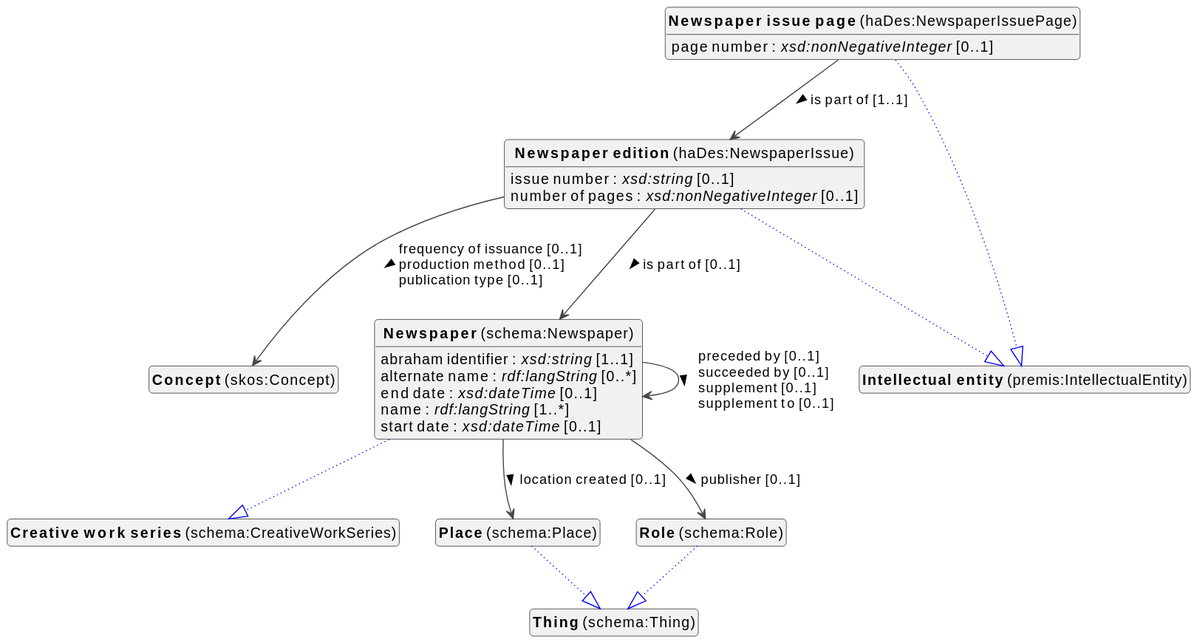
This is docs/metadata/knowledge-graph/1.0.0/bibliographic/en/bibliographic-diagram.svg from viaacode/documentation, a PlantUML export, as it was before one commit. Its diagram source:
```plantuml
@startuml
!theme vibrant
skinparam classFontSize 14
!define LIGHTORANGE
skinparam componentStyle uml2
skinparam wrapMessageWidth 1000
skinparam wrapWidth 1000
skinparam shadowing false
skinparam ArrowMessageAlignment left
top to bottom direction


class "<b>Concept</b> (skos:Concept)" as skos_Concept [[../../terms/en#skos%3AConcept]]
class "<b>Newspaper</b> (schema:Newspaper)" as schema_Newspaper [[#schema%3ANewspaper]]
class "<b>Creative work series</b> (schema:CreativeWorkSeries)" as schema_CreativeWorkSeries [[#schema%3ACreativeWorkSeries]]
class "<b>Newspaper edition</b> (haDes:NewspaperIssue)" as haDes_NewspaperIssue [[#haDes%3ANewspaperIssue]]
class "<b>Intellectual entity</b> (premis:IntellectualEntity)" as premis_IntellectualEntity [[#premis%3AIntellectualEntity]]
class "<b>Newspaper issue page</b> (haDes:NewspaperIssuePage)" as haDes_NewspaperIssuePage [[#haDes%3ANewspaperIssuePage]]
class "<b>Intellectual entity</b> (premis:IntellectualEntity)" as premis_IntellectualEntity [[#premis%3AIntellectualEntity]]
class "<b>Place</b> (schema:Place)" as schema_Place [[../../description/en#schema%3APlace]]
class "<b>Thing</b> (schema:Thing)" as schema_Thing [[#schema%3AThing]]
class "<b>Role</b> (schema:Role)" as schema_Role [[../../description/en#schema%3ARole]]
class "<b>Thing</b> (schema:Thing)" as schema_Thing [[#schema%3AThing]]



schema_Newspaper --|> schema_CreativeWorkSeries #blue;line.dotted;text:blue

schema_Newspaper : abraham identifier : <i>xsd:string</i> [1..1]
schema_Newspaper : alternate name : <i>rdf:langString</i> [0..*]
schema_Newspaper : end date : <i>xsd:dateTime</i> [0..1]
schema_Newspaper : name : <i>rdf:langString</i> [1..*]
schema_Newspaper : start date : <i>xsd:dateTime</i> [0..1]

schema_Newspaper --> schema_Newspaper :preceded by [0..1]  \lsucceeded by [0..1]  \lsupplement [0..1]  \lsupplement to [0..1]  >
schema_Newspaper --> schema_Place :location created [0..1]  >
schema_Newspaper --> schema_Role :publisher [0..1]  >



haDes_NewspaperIssue --|> premis_IntellectualEntity #blue;line.dotted;text:blue

haDes_NewspaperIssue : issue number : <i>xsd:string</i> [0..1]
haDes_NewspaperIssue : number of pages : <i>xsd:nonNegativeInteger</i> [0..1]
haDes_NewspaperIssue --> schema_Newspaper :is part of [0..1]  >
haDes_NewspaperIssue --> skos_Concept :frequency of issuance [0..1]  \lproduction method [0..1]  \lpublication type [0..1]  >



haDes_NewspaperIssuePage --|> premis_IntellectualEntity #blue;line.dotted;text:blue

haDes_NewspaperIssuePage : page number : <i>xsd:nonNegativeInteger</i> [0..1]
haDes_NewspaperIssuePage --> haDes_NewspaperIssue :is part of [1..1]  >


schema_Place --|> schema_Thing #blue;line.dotted;text:blue


schema_Role --|> schema_Thing #blue;line.dotted;text:blue



hide circle
hide methods
hide empty members
@enduml
```
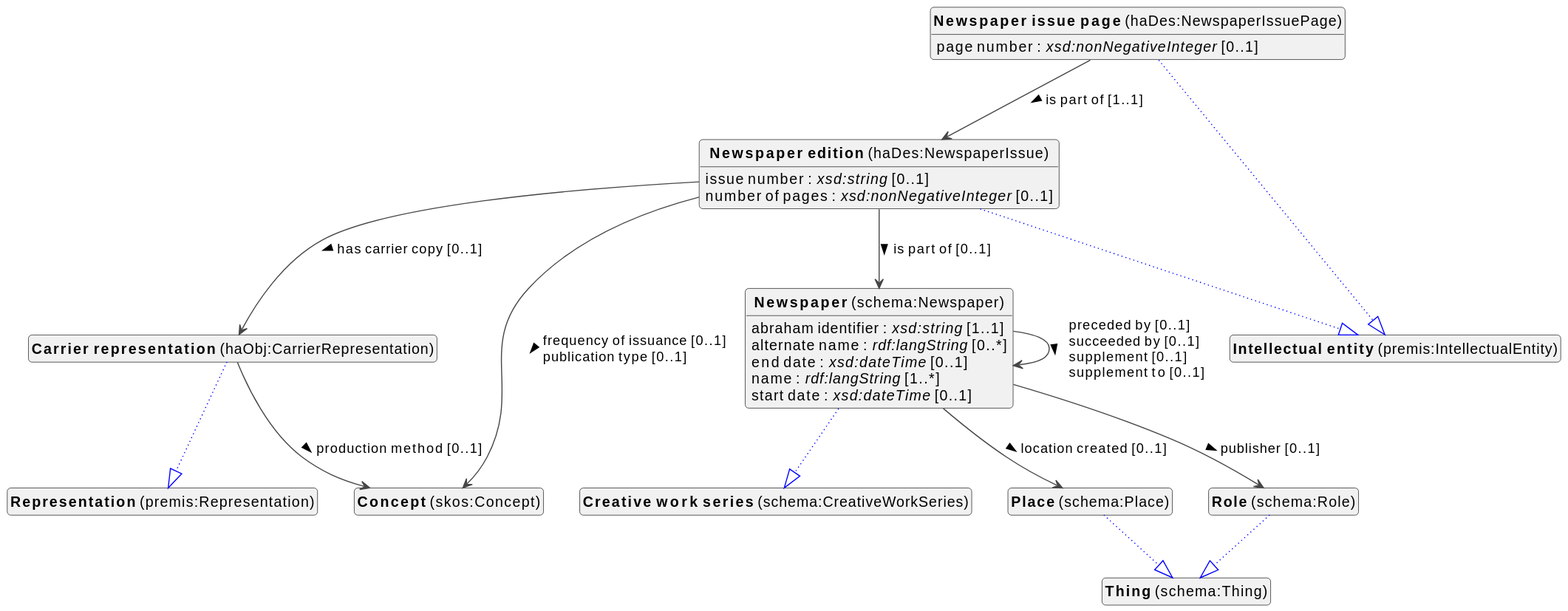
The same file after the commit.

Diff of the diagram source:
```diff
@@ -10,7 +10,9 @@
 top to bottom direction
 
 
-class "<b>Concept</b> (skos:Concept)" as skos_Concept [[../../terms/en#skos%3AConcept]]
+class "<b>Carrier representation</b> (haObj:CarrierRepresentation)" as haObj_CarrierRepresentation [[#haObj%3ACarrierRepresentation]]
+class "<b>Representation</b> (premis:Representation)" as premis_Representation [[#premis%3ARepresentation]]
+class "<b>Concept</b> (skos:Concept)" as skos_Concept [[../../rights/en#skos%3AConcept]]
 class "<b>Newspaper</b> (schema:Newspaper)" as schema_Newspaper [[#schema%3ANewspaper]]
 class "<b>Creative work series</b> (schema:CreativeWorkSeries)" as schema_CreativeWorkSeries [[#schema%3ACreativeWorkSeries]]
 class "<b>Newspaper edition</b> (haDes:NewspaperIssue)" as haDes_NewspaperIssue [[#haDes%3ANewspaperIssue]]
@@ -21,6 +23,10 @@
 class "<b>Thing</b> (schema:Thing)" as schema_Thing [[#schema%3AThing]]
 class "<b>Role</b> (schema:Role)" as schema_Role [[../../description/en#schema%3ARole]]
 class "<b>Thing</b> (schema:Thing)" as schema_Thing [[#schema%3AThing]]
+
+haObj_CarrierRepresentation --|> premis_Representation #blue;line.dotted;text:blue
+
+haObj_CarrierRepresentation --> skos_Concept :production method [0..1]  >
 
 
 
@@ -42,8 +48,9 @@
 
 haDes_NewspaperIssue : issue number : <i>xsd:string</i> [0..1]
 haDes_NewspaperIssue : number of pages : <i>xsd:nonNegativeInteger</i> [0..1]
+haDes_NewspaperIssue --> haObj_CarrierRepresentation :has carrier copy [0..1]  >
 haDes_NewspaperIssue --> schema_Newspaper :is part of [0..1]  >
-haDes_NewspaperIssue --> skos_Concept :frequency of issuance [0..1]  \lproduction method [0..1]  \lpublication type [0..1]  >
+haDes_NewspaperIssue --> skos_Concept :frequency of issuance [0..1]  \lpublication type [0..1]  >
 
 
 
```
